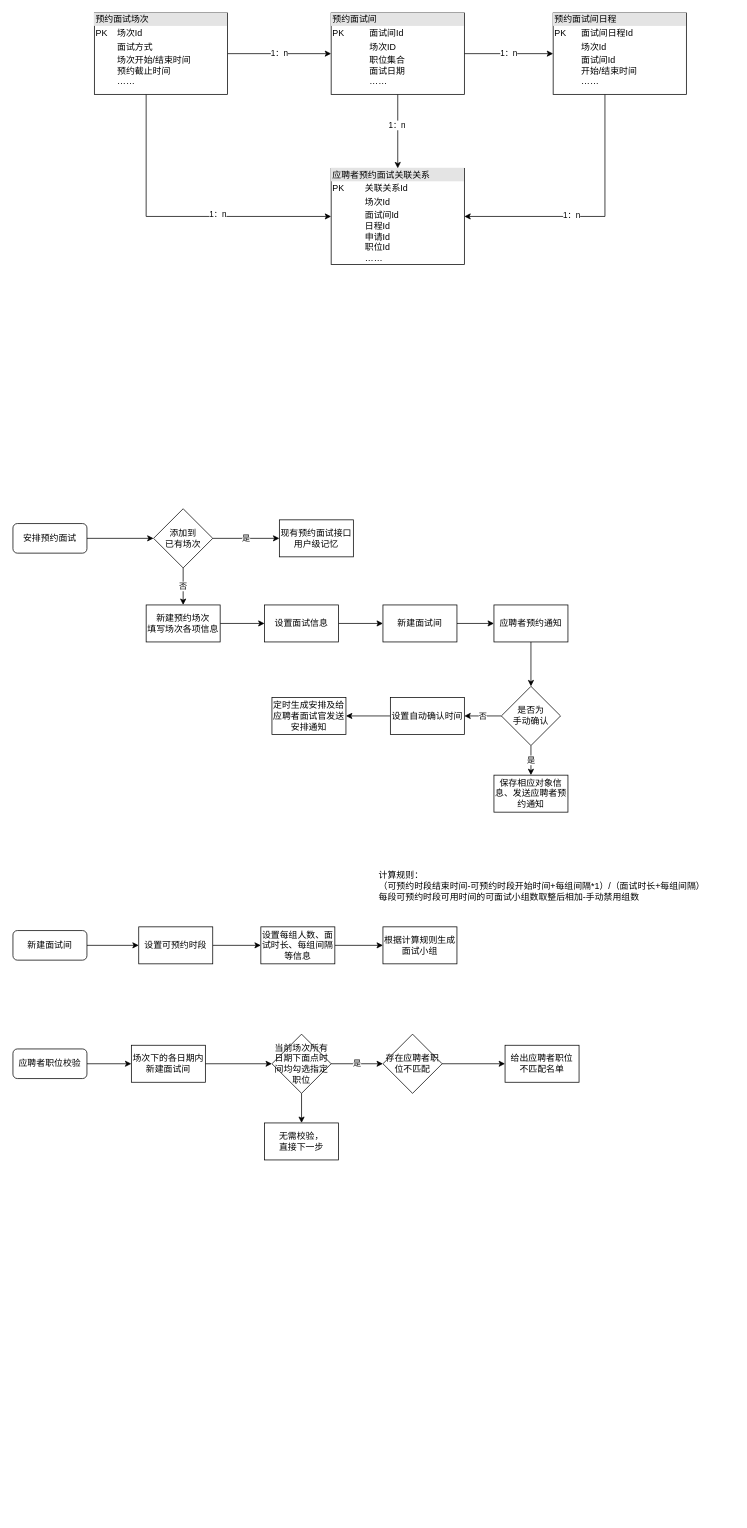
This is Untitled Diagram.drawio from mozhu33/Diagrams, a draw.io file, before an edit. Source tidied: cells renumbered, new cells numbered last; positions are measured from the earlier drawing's top-left corner, leaving out a move shared by most shapes. Both pictures are drawn from the tidied source at 74%, with x=0, y=0 at pixel (13, 13).
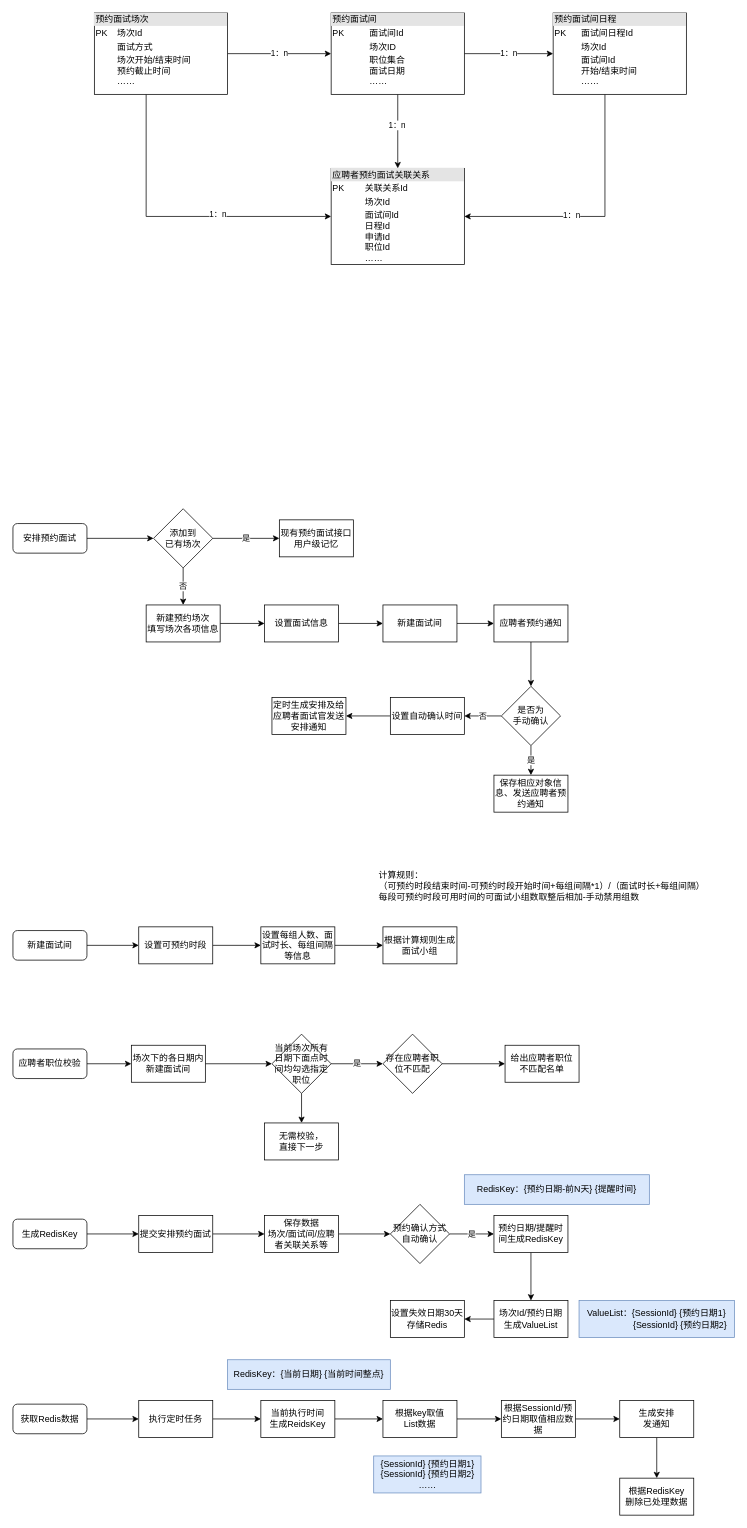
Above is the later version.

What changed in the source:
```diff
@@
+    <mxCell id="54" style="edgeStyle=orthogonalEdgeStyle;rounded=0;jettySize=auto;html=1;" parent="1" edge="1" source="55" target="57">
+      <mxGeometry relative="1" as="geometry" />
+    </mxCell>
+    <mxCell id="55" value="生成RedisKey" style="rounded=1;whiteSpace=wrap;html=1;" parent="1" vertex="1">
+      <mxGeometry y="1630" width="100" height="40" as="geometry" />
+    </mxCell>
+    <mxCell id="56" style="edgeStyle=orthogonalEdgeStyle;rounded=0;jettySize=auto;html=1;" parent="1" edge="1" source="57" target="59">
+      <mxGeometry relative="1" as="geometry" />
+    </mxCell>
+    <mxCell id="57" value="提交安排预约面试" style="rounded=0;whiteSpace=wrap;html=1;" parent="1" vertex="1">
+      <mxGeometry x="170" y="1625" width="100" height="50" as="geometry" />
+    </mxCell>
+    <mxCell id="58" style="edgeStyle=orthogonalEdgeStyle;rounded=0;jettySize=auto;html=1;" parent="1" edge="1" source="59" target="61">
+      <mxGeometry relative="1" as="geometry" />
+    </mxCell>
+    <mxCell id="59" value="保存数据&lt;br&gt;场次/面试间/应聘者关联关系等" style="rounded=0;whiteSpace=wrap;html=1;" parent="1" vertex="1">
+      <mxGeometry x="340" y="1625" width="100" height="50" as="geometry" />
+    </mxCell>
+    <mxCell id="60" value="是" style="edgeStyle=orthogonalEdgeStyle;rounded=0;jettySize=auto;html=1;" parent="1" edge="1" source="61" target="63">
+      <mxGeometry relative="1" as="geometry" />
+    </mxCell>
+    <mxCell id="61" value="预约确认方式&lt;br&gt;自动确认" style="rhombus;whiteSpace=wrap;html=1;" parent="1" vertex="1">
+      <mxGeometry x="510" y="1610" width="80" height="80" as="geometry" />
+    </mxCell>
+    <mxCell id="62" style="edgeStyle=orthogonalEdgeStyle;rounded=0;jettySize=auto;html=1;" parent="1" edge="1" source="63" target="66">
+      <mxGeometry relative="1" as="geometry" />
+    </mxCell>
+    <mxCell id="63" value="预约日期/提醒时间生成RedisKey" style="rounded=0;whiteSpace=wrap;html=1;" parent="1" vertex="1">
+      <mxGeometry x="650" y="1625" width="100" height="50" as="geometry" />
+    </mxCell>
+    <mxCell id="64" value="RedisKey：{预约日期-前N天} {提醒时间}" style="text;html=1;strokeColor=#6c8ebf;fillColor=#dae8fc;align=center;verticalAlign=middle;whiteSpace=wrap;rounded=0;" parent="1" vertex="1">
+      <mxGeometry x="610" y="1570" width="250" height="40" as="geometry" />
+    </mxCell>
+    <mxCell id="65" style="edgeStyle=orthogonalEdgeStyle;rounded=0;jettySize=auto;html=1;" parent="1" edge="1" source="66" target="83">
+      <mxGeometry relative="1" as="geometry" />
+    </mxCell>
+    <mxCell id="66" value="场次Id/预约日期&lt;br&gt;生成ValueList" style="rounded=0;whiteSpace=wrap;html=1;" parent="1" vertex="1">
+      <mxGeometry x="650" y="1740" width="100" height="50" as="geometry" />
+    </mxCell>
+    <mxCell id="67" value="ValueList：{SessionId} {预约日期1}&lt;br&gt;&amp;nbsp; &amp;nbsp; &amp;nbsp; &amp;nbsp; &amp;nbsp; &amp;nbsp; &amp;nbsp; &amp;nbsp; &amp;nbsp; &amp;nbsp;{SessionId} {预约日期2}" style="text;html=1;strokeColor=#6c8ebf;fillColor=#dae8fc;align=center;verticalAlign=middle;whiteSpace=wrap;rounded=0;" parent="1" vertex="1">
+      <mxGeometry x="765" y="1740" width="210" height="50" as="geometry" />
+    </mxCell>
+    <mxCell id="68" style="edgeStyle=orthogonalEdgeStyle;rounded=0;jettySize=auto;html=1;" parent="1" edge="1" source="69" target="71">
+      <mxGeometry relative="1" as="geometry" />
+    </mxCell>
+    <mxCell id="69" value="获取Redis数据" style="rounded=1;whiteSpace=wrap;html=1;" parent="1" vertex="1">
+      <mxGeometry y="1880" width="100" height="40" as="geometry" />
+    </mxCell>
+    <mxCell id="70" style="edgeStyle=orthogonalEdgeStyle;rounded=0;jettySize=auto;html=1;" parent="1" edge="1" source="71" target="73">
+      <mxGeometry relative="1" as="geometry" />
+    </mxCell>
+    <mxCell id="71" value="执行定时任务" style="rounded=0;whiteSpace=wrap;html=1;" parent="1" vertex="1">
+      <mxGeometry x="170" y="1875" width="100" height="50" as="geometry" />
+    </mxCell>
+    <mxCell id="72" style="edgeStyle=orthogonalEdgeStyle;rounded=0;jettySize=auto;html=1;" parent="1" edge="1" source="73" target="76">
+      <mxGeometry relative="1" as="geometry" />
+    </mxCell>
+    <mxCell id="73" value="当前执行时间&lt;br&gt;生成ReidsKey" style="rounded=0;whiteSpace=wrap;html=1;" parent="1" vertex="1">
+      <mxGeometry x="335" y="1875" width="100" height="50" as="geometry" />
+    </mxCell>
+    <mxCell id="74" value="RedisKey：{当前日期} {当前时间整点}" style="text;html=1;strokeColor=#6c8ebf;fillColor=#dae8fc;align=center;verticalAlign=middle;whiteSpace=wrap;rounded=0;" parent="1" vertex="1">
+      <mxGeometry x="290" y="1820" width="220" height="40" as="geometry" />
+    </mxCell>
+    <mxCell id="75" style="edgeStyle=orthogonalEdgeStyle;rounded=0;jettySize=auto;html=1;" parent="1" edge="1" source="76" target="79">
+      <mxGeometry relative="1" as="geometry" />
+    </mxCell>
+    <mxCell id="76" value="根据key取值&lt;br&gt;List数据" style="rounded=0;whiteSpace=wrap;html=1;" parent="1" vertex="1">
+      <mxGeometry x="500" y="1875" width="100" height="50" as="geometry" />
+    </mxCell>
+    <mxCell id="77" value="{SessionId} {预约日期1}&lt;br&gt;{SessionId} {预约日期2}&lt;br&gt;……" style="text;html=1;strokeColor=#6c8ebf;fillColor=#dae8fc;align=center;verticalAlign=middle;whiteSpace=wrap;rounded=0;" parent="1" vertex="1">
+      <mxGeometry x="487.5" y="1950" width="145" height="50" as="geometry" />
+    </mxCell>
+    <mxCell id="78" style="edgeStyle=orthogonalEdgeStyle;rounded=0;jettySize=auto;html=1;" parent="1" edge="1" source="79" target="81">
+      <mxGeometry relative="1" as="geometry" />
+    </mxCell>
+    <mxCell id="79" value="根据SessionId/预约日期取值相应数据" style="rounded=0;whiteSpace=wrap;html=1;" parent="1" vertex="1">
+      <mxGeometry x="660" y="1875" width="100" height="50" as="geometry" />
+    </mxCell>
+    <mxCell id="80" style="edgeStyle=orthogonalEdgeStyle;rounded=0;jettySize=auto;html=1;" parent="1" edge="1" source="81" target="82">
+      <mxGeometry relative="1" as="geometry" />
+    </mxCell>
+    <mxCell id="81" value="生成安排&lt;br&gt;发通知" style="rounded=0;whiteSpace=wrap;html=1;" parent="1" vertex="1">
+      <mxGeometry x="820" y="1875" width="100" height="50" as="geometry" />
+    </mxCell>
+    <mxCell id="82" value="根据RedisKey&lt;br&gt;删除已处理数据" style="rounded=0;whiteSpace=wrap;html=1;" parent="1" vertex="1">
+      <mxGeometry x="820" y="1980" width="100" height="50" as="geometry" />
+    </mxCell>
+    <mxCell id="83" value="设置失效日期30天&lt;br&gt;存储Redis" style="rounded=0;whiteSpace=wrap;html=1;" parent="1" vertex="1">
+      <mxGeometry x="510" y="1740" width="100" height="50" as="geometry" />
+    </mxCell>
```
